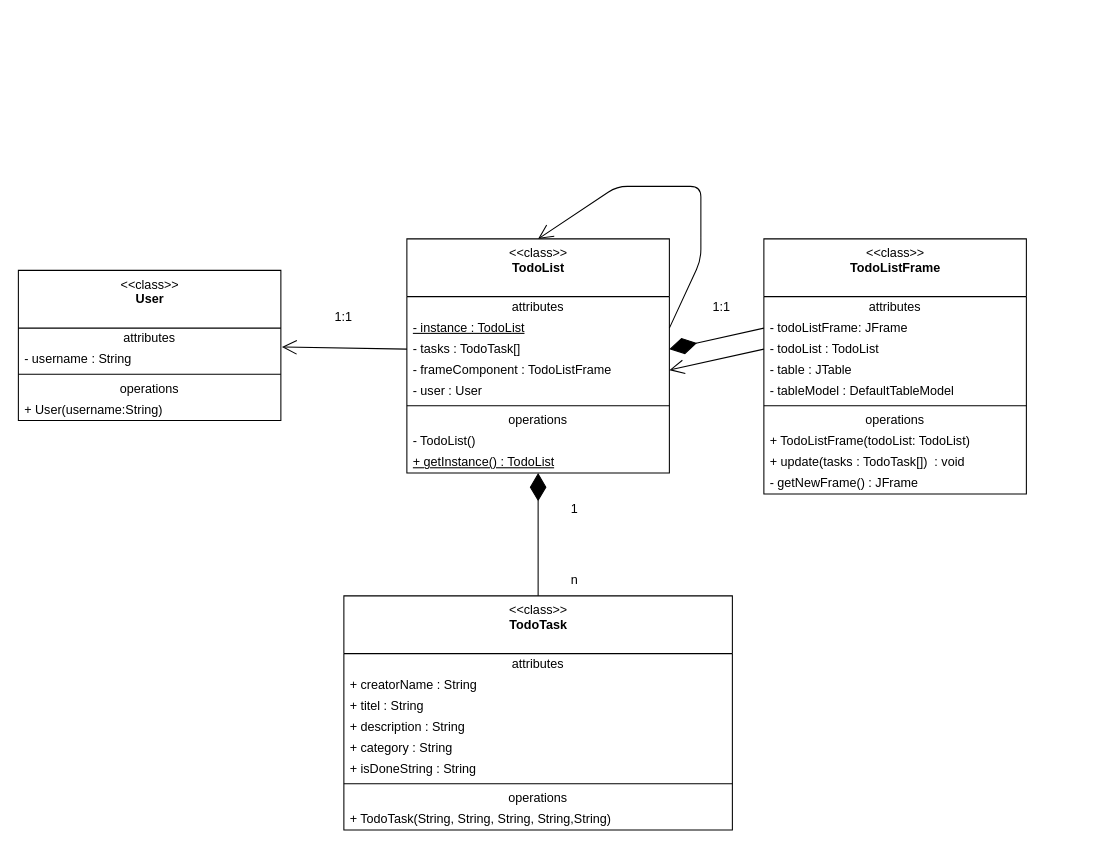
cjanta/TodoList keeps this draw.io diagram as class_diagram.drawio. Above is the earlier version. Source tidied: cells renumbered, new cells numbered last; positions are measured from the earlier drawing's top-left corner, leaving out a move shared by most shapes. Both pictures are drawn from the tidied source at 105%, with x=0, y=0 at pixel (18, 186).
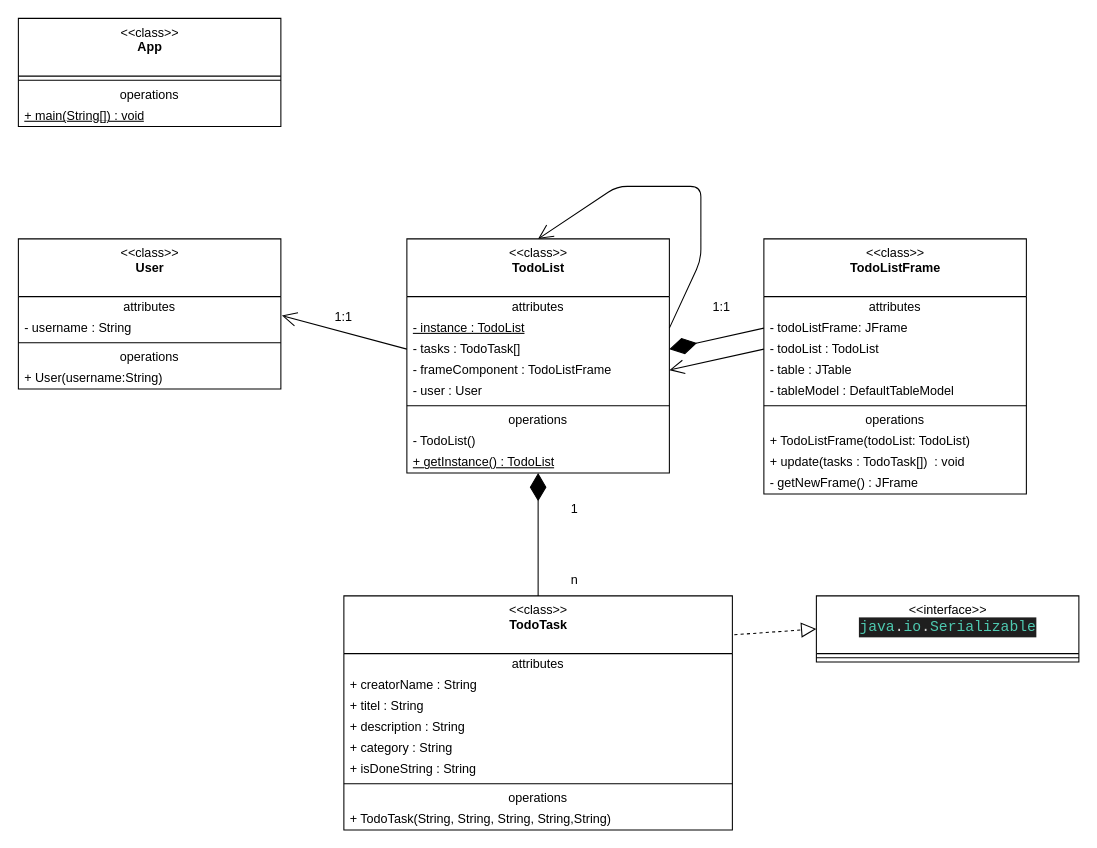
After the change.

The change refers to these unchanged cells:
```xml
<mxCell id="33" value="&amp;lt;&amp;lt;class&amp;gt;&amp;gt;&lt;br&gt;&lt;b&gt;TodoTask&lt;/b&gt;" style="swimlane;fontStyle=0;align=center;verticalAlign=top;horizontal=1;startSize=55;html=1;" parent="1" vertex="1">
  <mxGeometry x="310" y="390" width="370" height="223" as="geometry" />
</mxCell>
```

The edit, as a diff of the source:
```diff
@@
     <mxCell id="25" value="&amp;lt;&amp;lt;class&amp;gt;&amp;gt;&lt;br&gt;&lt;b&gt;User&lt;/b&gt;" style="swimlane;fontStyle=0;align=center;verticalAlign=top;horizontal=1;startSize=55;html=1;" parent="1" vertex="1">
-      <mxGeometry y="80" width="250" height="143" as="geometry" />
+      <mxGeometry y="50" width="250" height="143" as="geometry" />
     </mxCell>
@@
+    <mxCell id="48" value="&amp;lt;&amp;lt;class&amp;gt;&amp;gt;&lt;br&gt;&lt;b&gt;App&lt;/b&gt;" style="swimlane;fontStyle=0;align=center;verticalAlign=top;horizontal=1;startSize=55;html=1;" parent="1" vertex="1">
+      <mxGeometry y="-160" width="250" height="103" as="geometry" />
+    </mxCell>
+    <mxCell id="49" style="line;strokeWidth=1;fillColor=none;align=left;verticalAlign=middle;spacingTop=-1;spacingLeft=3;spacingRight=3;labelPosition=right;" parent="48" vertex="1">
+      <mxGeometry y="55" width="250" height="8" as="geometry" />
+    </mxCell>
+    <mxCell id="50" value="operations" style="text;html=1;strokeColor=none;fillColor=none;align=center;verticalAlign=middle;spacingLeft=4;spacingRight=4;overflow=hidden;" parent="48" vertex="1">
+      <mxGeometry y="63" width="250" height="20" as="geometry" />
+    </mxCell>
+    <mxCell id="51" value="&lt;u&gt;+ main(String[]) : void&lt;/u&gt;" style="text;html=1;strokeColor=none;fillColor=none;align=left;verticalAlign=middle;spacingLeft=4;spacingRight=4;overflow=hidden;" parent="48" vertex="1">
+      <mxGeometry y="83" width="250" height="20" as="geometry" />
+    </mxCell>
+    <mxCell id="52" value="&amp;lt;&amp;lt;interface&amp;gt;&amp;gt;&lt;br&gt;&lt;div style=&quot;color: rgb(204, 204, 204); background-color: rgb(31, 31, 31); font-family: Consolas, &amp;quot;Courier New&amp;quot;, monospace; font-size: 14px; line-height: 19px;&quot;&gt;&lt;span style=&quot;color: #4ec9b0;&quot;&gt;java&lt;/span&gt;&lt;span style=&quot;color: #d4d4d4;&quot;&gt;.&lt;/span&gt;&lt;span style=&quot;color: #4ec9b0;&quot;&gt;io&lt;/span&gt;&lt;span style=&quot;color: #d4d4d4;&quot;&gt;.&lt;/span&gt;&lt;span style=&quot;color: #4ec9b0;&quot;&gt;Serializable&lt;/span&gt;&lt;/div&gt;" style="swimlane;fontStyle=0;align=center;verticalAlign=top;horizontal=1;startSize=55;html=1;" parent="1" vertex="1">
+      <mxGeometry x="760" y="390" width="250" height="63" as="geometry" />
+    </mxCell>
+    <mxCell id="53" style="line;strokeWidth=1;fillColor=none;align=left;verticalAlign=middle;spacingTop=-1;spacingLeft=3;spacingRight=3;labelPosition=right;" parent="52" vertex="1">
+      <mxGeometry y="55" width="250" height="8" as="geometry" />
+    </mxCell>
+    <mxCell id="54" style="endArrow=block;dashed=1;endFill=0;endSize=12;html=1;exitX=1.005;exitY=0.166;exitDx=0;exitDy=0;exitPerimeter=0;entryX=0;entryY=0.5;entryDx=0;entryDy=0;" parent="1" edge="1" source="33" target="52">
+      <mxGeometry relative="1" as="geometry" />
+    </mxCell>
```
